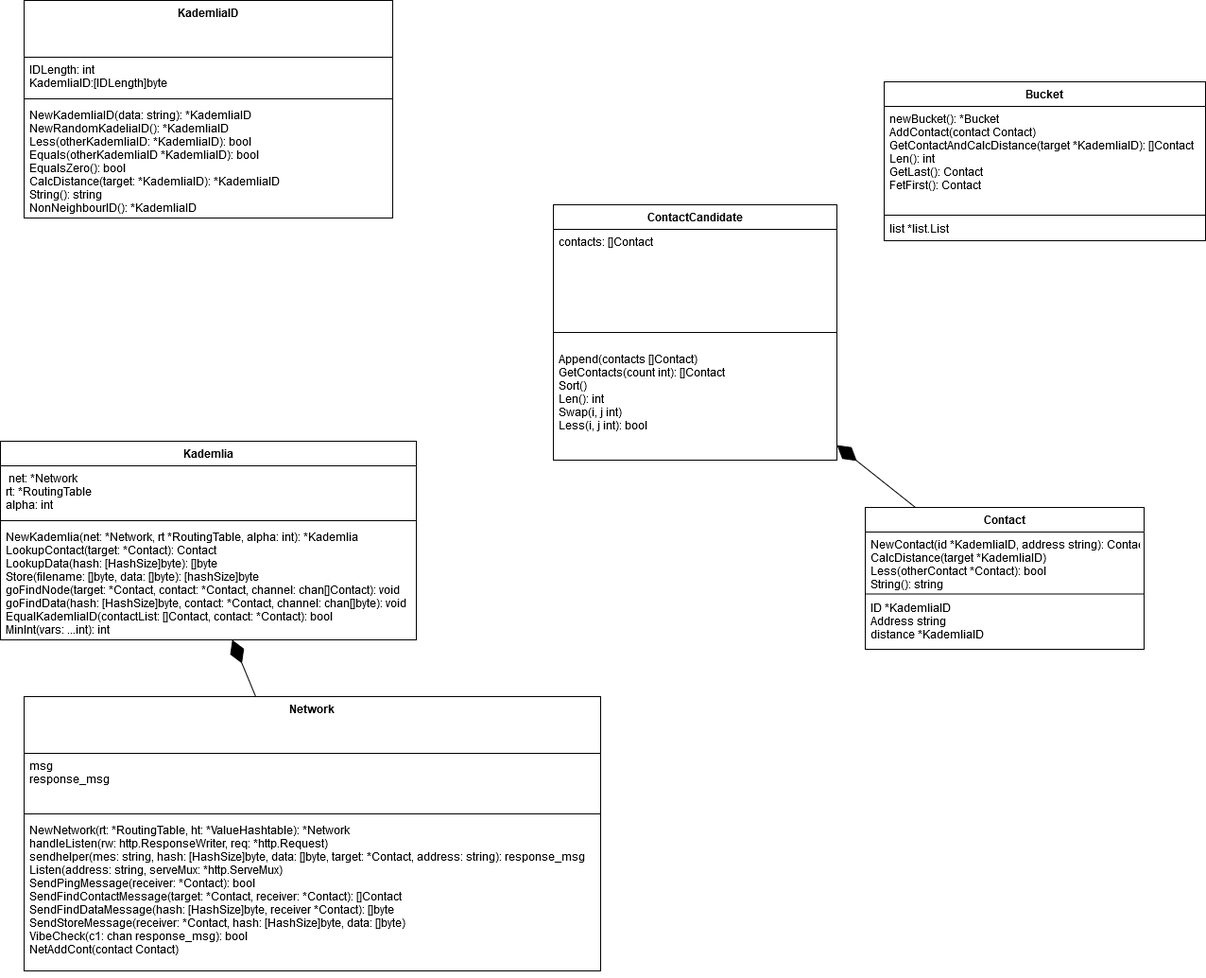
Before: architectural-description.png, a diagram exported from draw.io (osksun/d7024e-lab-grp-1). Source tidied: cells renumbered, new cells last; positions are measured from the earlier drawing's top-left corner, leaving out a move shared by most shapes.
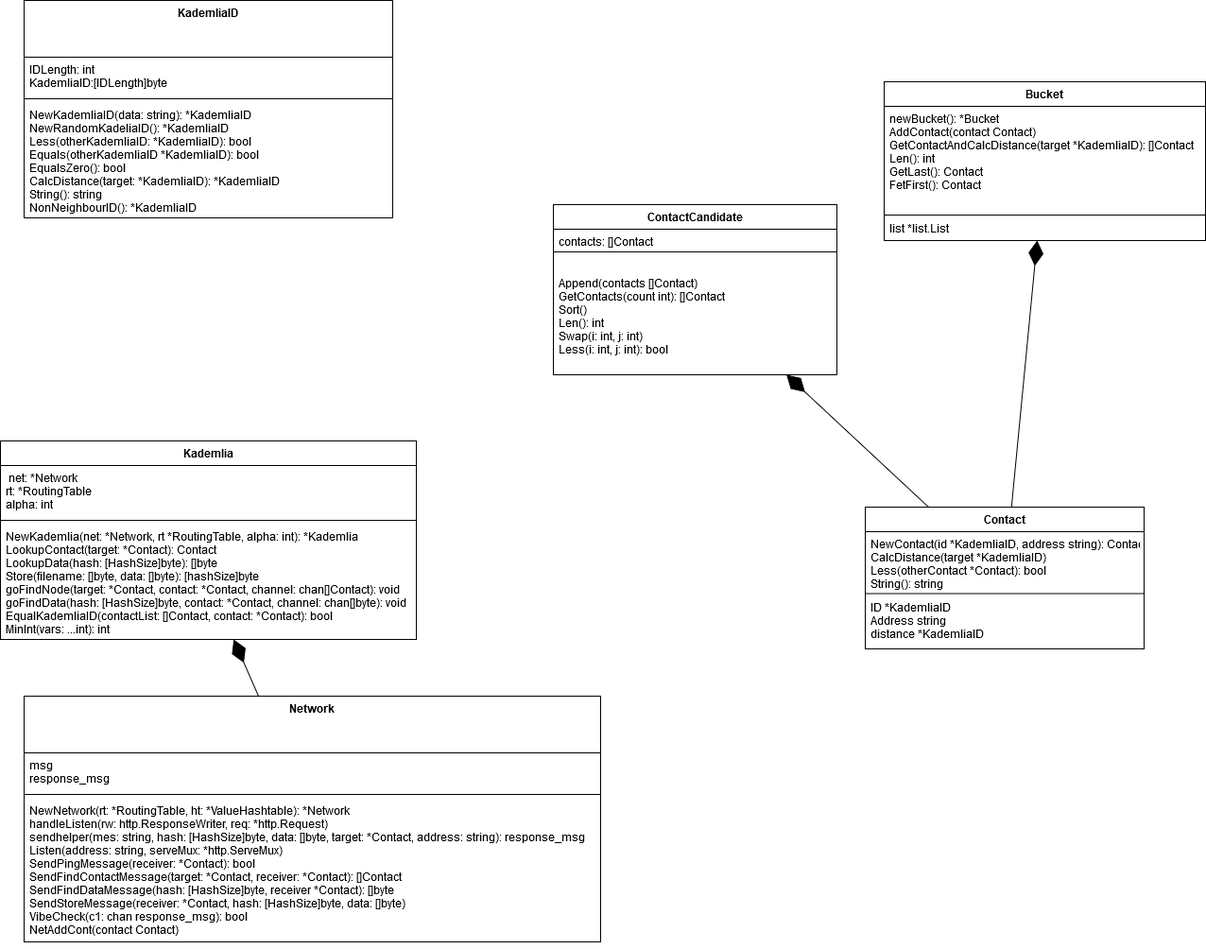
After the commit.

Diff of the diagram source:
```diff
@@ -15,19 +15,19 @@
       <mxGeometry y="108" width="390" height="122" as="geometry" />
     </mxCell>
     <mxCell id="6" value="Network" style="swimlane;fontStyle=1;align=center;verticalAlign=top;horizontal=1;startSize=60;" parent="1" vertex="1">
-      <mxGeometry x="25" y="736" width="610" height="290" as="geometry" />
+      <mxGeometry x="25" y="736" width="610" height="260" as="geometry" />
     </mxCell>
     <mxCell id="7" value="msg&#10;response_msg" style="text;strokeColor=none;fillColor=none;align=left;verticalAlign=top;spacingLeft=4;spacingRight=4;overflow=hidden;" parent="6" vertex="1">
-      <mxGeometry y="60" width="610" height="60" as="geometry" />
+      <mxGeometry y="60" width="610" height="40" as="geometry" />
     </mxCell>
     <mxCell id="8" style="line;strokeWidth=1;fillColor=none;align=left;verticalAlign=middle;spacingTop=-1;spacingLeft=3;spacingRight=3;labelPosition=right;" parent="6" vertex="1">
-      <mxGeometry y="120" width="610" height="8" as="geometry" />
+      <mxGeometry y="100" width="610" height="8" as="geometry" />
     </mxCell>
     <mxCell id="9" value="NewNetwork(rt: *RoutingTable, ht: *ValueHashtable): *Network&#10;handleListen(rw: http.ResponseWriter, req: *http.Request)&#10;sendhelper(mes: string, hash: [HashSize]byte, data: []byte, target: *Contact, address: string): response_msg&#10;Listen(address: string, serveMux: *http.ServeMux)&#10;SendPingMessage(receiver: *Contact): bool&#10;SendFindContactMessage(target: *Contact, receiver: *Contact): []Contact &#10;SendFindDataMessage(hash: [HashSize]byte, receiver *Contact): []byte&#10;SendStoreMessage(receiver: *Contact, hash: [HashSize]byte, data: []byte)&#10;VibeCheck(c1: chan response_msg): bool&#10;NetAddCont(contact Contact)&#10;&#10;&#10;" style="text;strokeColor=none;fillColor=none;align=left;verticalAlign=top;spacingLeft=4;spacingRight=4;overflow=hidden;" parent="6" vertex="1">
-      <mxGeometry y="128" width="610" height="162" as="geometry" />
+      <mxGeometry y="108" width="610" height="152" as="geometry" />
     </mxCell>
     <mxCell id="10" value="&#10;" style="text;strokeColor=none;fillColor=none;align=left;verticalAlign=top;spacingLeft=4;spacingRight=4;overflow=hidden;" parent="6" vertex="1">
-      <mxGeometry y="290" width="610" as="geometry" />
+      <mxGeometry y="260" width="610" as="geometry" />
     </mxCell>
     <mxCell id="11" style="endArrow=diamondThin;endFill=1;endSize=24;html=1;" parent="1" edge="1" source="6" target="19">
       <mxGeometry relative="1" as="geometry" />
@@ -72,16 +72,19 @@
       <mxGeometry relative="1" as="geometry" />
     </mxCell>
     <mxCell id="25" value="ContactCandidate" style="swimlane;fontStyle=1;align=center;verticalAlign=top;horizontal=1;startSize=26;" parent="1" vertex="1">
-      <mxGeometry x="585" y="216" width="300" height="270" as="geometry" />
+      <mxGeometry x="585" y="216" width="300" height="180" as="geometry" />
     </mxCell>
     <mxCell id="26" value="contacts: []Contact&#10;&#10;" style="text;strokeColor=none;fillColor=none;align=left;verticalAlign=top;spacingLeft=4;spacingRight=4;overflow=hidden;" parent="25" vertex="1">
-      <mxGeometry y="26" width="300" height="94" as="geometry" />
+      <mxGeometry y="26" width="300" height="4" as="geometry" />
     </mxCell>
     <mxCell id="27" style="line;strokeWidth=1;fillColor=none;align=left;verticalAlign=middle;spacingTop=-1;spacingLeft=3;spacingRight=3;labelPosition=right;" parent="25" vertex="1">
-      <mxGeometry y="120" width="300" height="30" as="geometry" />
+      <mxGeometry y="30" width="300" height="40" as="geometry" />
     </mxCell>
-    <mxCell id="28" value="Append(contacts []Contact)&#10;GetContacts(count int): []Contact&#10;Sort()&#10;Len(): int&#10;Swap(i, j int)&#10;Less(i, j int): bool" style="text;strokeColor=none;fillColor=none;align=left;verticalAlign=top;spacingLeft=4;spacingRight=4;overflow=hidden;" parent="25" vertex="1">
-      <mxGeometry y="150" width="300" height="120" as="geometry" />
+    <mxCell id="28" value="Append(contacts []Contact)&#10;GetContacts(count int): []Contact&#10;Sort()&#10;Len(): int&#10;Swap(i: int, j: int)&#10;Less(i: int, j: int): bool" style="text;strokeColor=none;fillColor=none;align=left;verticalAlign=top;spacingLeft=4;spacingRight=4;overflow=hidden;" parent="25" vertex="1">
+      <mxGeometry y="70" width="300" height="110" as="geometry" />
     </mxCell>
+    <mxCell id="29" style="endArrow=diamondThin;endFill=1;endSize=24;html=1;" parent="1" edge="1" source="20" target="12">
+      <mxGeometry relative="1" as="geometry" />
+    </mxCell>
   </root>
 </mxGraphModel>
```
